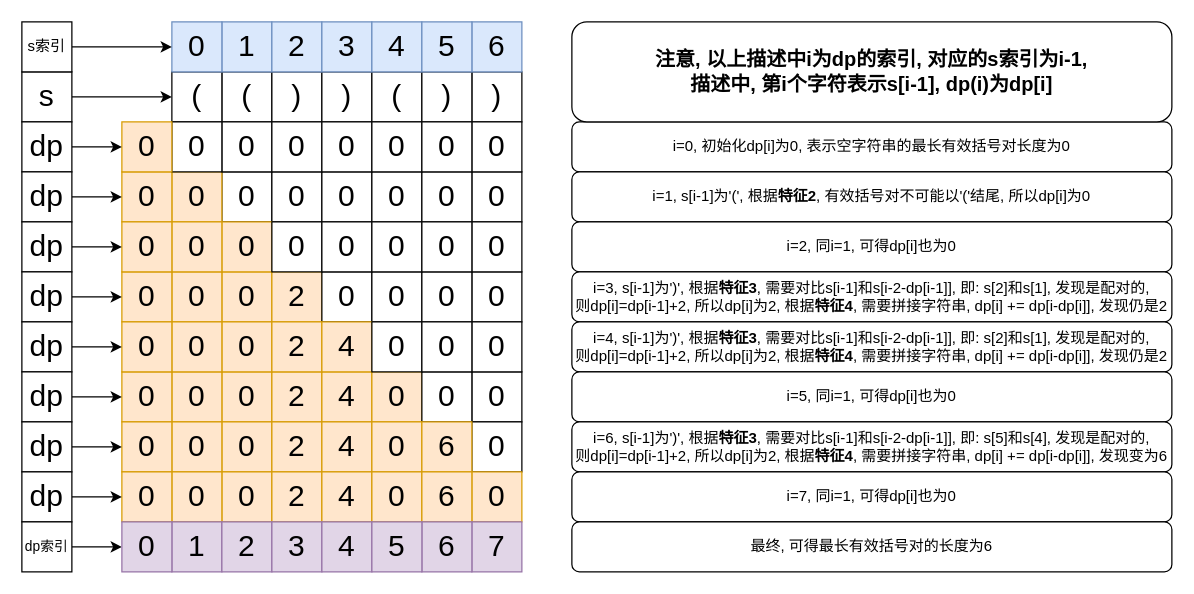
Earlier version of the draw.io diagram 32-longest-valid-parentheses.drawio (winnochan/oj). Source tidied: cells renumbered, new cells numbered last; positions are measured from the earlier drawing's top-left corner, leaving out a move shared by most shapes. Both pictures are drawn from the tidied source at 125%, with x=0, y=0 at pixel (21, 21).
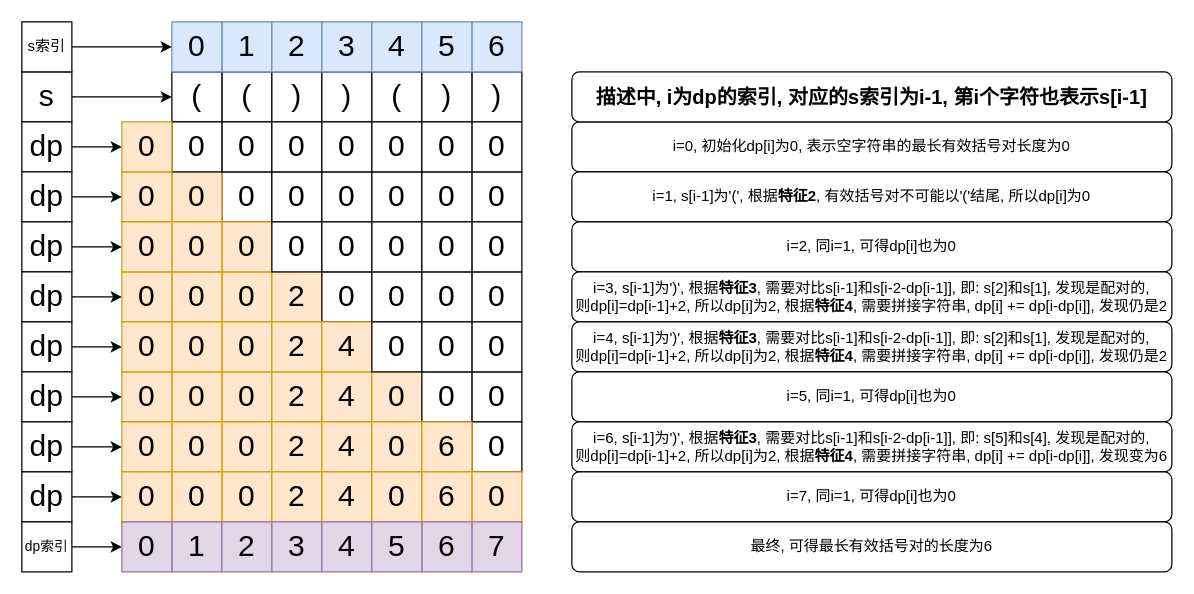
The same page after the edit.

Change to the diagram source:
```diff
@@
-    <mxCell id="112" value="注意, 以上描述中i为dp的索引, 对应的s索引为i-1,&lt;br&gt;描述中, 第i个字符表示s[i-1], dp(i)为dp[i]&lt;br&gt;" style="rounded=1;whiteSpace=wrap;html=1;fontStyle=1;fontSize=16;" parent="1" vertex="1">
-      <mxGeometry x="440" width="480" height="80" as="geometry" />
+    <mxCell id="112" value="描述中, i为dp的索引, 对应的s索引为i-1, 第i个字符也表示s[i-1]&lt;br&gt;" style="rounded=1;whiteSpace=wrap;html=1;fontStyle=1;fontSize=16;" parent="1" vertex="1">
+      <mxGeometry x="440" y="40" width="480" height="40" as="geometry" />
     </mxCell>
```
